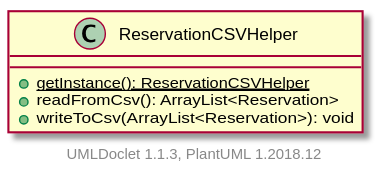
Before: projects/oodp/html/umlversion/uml/sg.edu.ntu.scse.cz2002.util.ReservationCSVHelper.svg, a diagram exported from PlantUML (itachi1706/How-to-use-Git-NTUSCSE1819-Site).
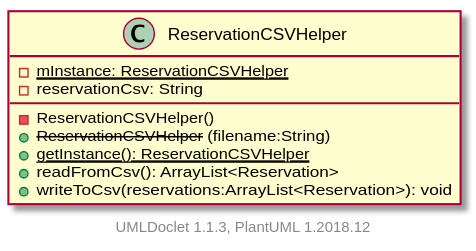
Above is the later version.

What changed in the source:
```diff
@@ -1,9 +1,13 @@
 @startuml
 
-    class ReservationCSVHelper {
+    class ReservationCSVHelper [[../sg/edu/ntu/scse/cz2002/util/ReservationCSVHelper.html]] {
+        {static} -mInstance: ReservationCSVHelper
+        -reservationCsv: String
+        -ReservationCSVHelper()
+        + --ReservationCSVHelper-- (filename:String)
         {static} +getInstance(): ReservationCSVHelper
         +readFromCsv(): ArrayList<Reservation>
-        +writeToCsv(ArrayList<Reservation>): void
+        +writeToCsv(reservations:ArrayList<Reservation>): void
     }
 
 
```
